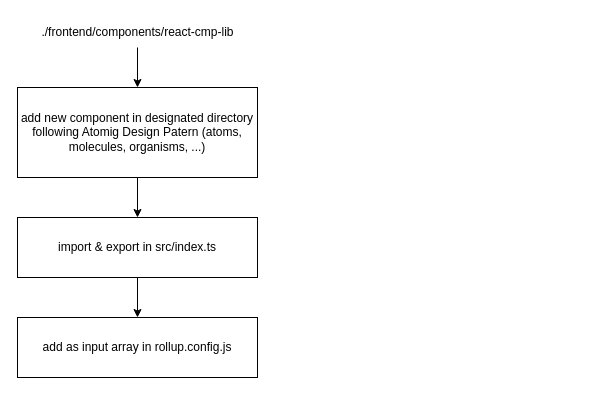
The draw.io diagram wiki/new-component-flow.drawio in paulAlexSerban/prj--personal-portfolio-v2, before the edit. Source tidied: cells renumbered, new cells numbered last; positions are measured from the earlier drawing's top-left corner, leaving out a move shared by most shapes. Both pictures are drawn from the tidied source at 100%, with x=0, y=0 at pixel (17, 17).
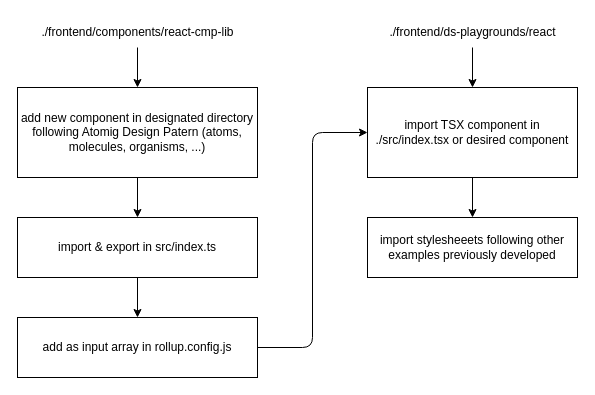
The same diagram, later.

Change to the diagram source:
```diff
@@
 <mxGraphModel>
   <root>
     <mxCell id="0" />
     <mxCell id="1" parent="0" />
     <mxCell id="2" style="edgeStyle=none;html=1;" parent="1" edge="1" source="3" target="5">
       <mxGeometry relative="1" as="geometry" />
     </mxCell>
     <mxCell id="3" value="./frontend/components/react-cmp-lib" style="text;html=1;align=center;verticalAlign=middle;points=[];strokeColor=none;fillColor=none;" parent="1" vertex="1">
       <mxGeometry x="10" width="220" height="30" as="geometry" />
     </mxCell>
     <mxCell id="4" style="edgeStyle=none;html=1;entryX=0.5;entryY=0;entryDx=0;entryDy=0;" parent="1" edge="1" source="5" target="7">
       <mxGeometry relative="1" as="geometry" />
     </mxCell>
     <mxCell id="5" value="add new component in designated directory following Atomig Design Patern (atoms, molecules, organisms, ...)" style="whiteSpace=wrap;html=1;" parent="1" vertex="1">
       <mxGeometry y="70" width="240" height="90" as="geometry" />
     </mxCell>
     <mxCell id="6" style="edgeStyle=none;html=1;" parent="1" edge="1" source="7" target="8">
       <mxGeometry relative="1" as="geometry" />
     </mxCell>
     <mxCell id="7" value="import &amp;amp; export in src/index.ts" style="whiteSpace=wrap;html=1;" parent="1" vertex="1">
       <mxGeometry y="200" width="240" height="60" as="geometry" />
     </mxCell>
+    <mxCell id="9" style="edgeStyle=orthogonalEdgeStyle;html=1;entryX=0;entryY=0.5;entryDx=0;entryDy=0;" parent="1" edge="1" source="8" target="13">
+      <mxGeometry relative="1" as="geometry" />
+    </mxCell>
     <mxCell id="8" value="add as input array in rollup.config.js" style="whiteSpace=wrap;html=1;" parent="1" vertex="1">
       <mxGeometry y="300" width="240" height="60" as="geometry" />
     </mxCell>
+    <mxCell id="10" style="edgeStyle=orthogonalEdgeStyle;html=1;" parent="1" edge="1" source="11" target="13">
+      <mxGeometry relative="1" as="geometry" />
+    </mxCell>
+    <mxCell id="11" value="./frontend/ds-playgrounds/react" style="text;html=1;align=center;verticalAlign=middle;points=[];strokeColor=none;fillColor=none;" parent="1" vertex="1">
+      <mxGeometry x="360" width="190" height="30" as="geometry" />
+    </mxCell>
+    <mxCell id="12" style="edgeStyle=orthogonalEdgeStyle;html=1;" parent="1" edge="1" source="13" target="14">
+      <mxGeometry relative="1" as="geometry" />
+    </mxCell>
+    <mxCell id="13" value="import TSX component in ./src/index.tsx or desired component" style="whiteSpace=wrap;html=1;" parent="1" vertex="1">
+      <mxGeometry x="350" y="70" width="210" height="90" as="geometry" />
+    </mxCell>
+    <mxCell id="14" value="import stylesheeets following other examples previously developed" style="whiteSpace=wrap;html=1;" parent="1" vertex="1">
+      <mxGeometry x="350" y="200" width="210" height="60" as="geometry" />
+    </mxCell>
   </root>
 </mxGraphModel>
```
